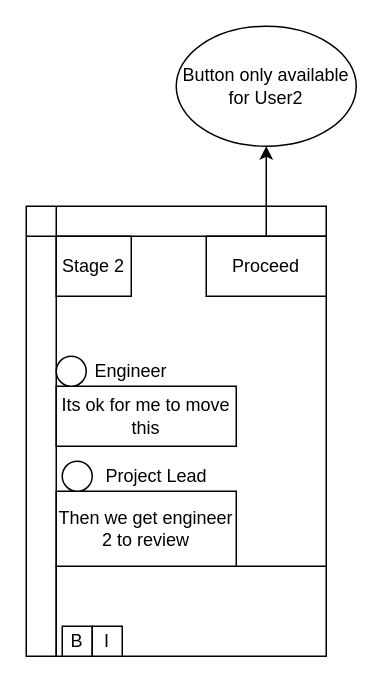
Above: Untitled Diagram.drawio in hagenek/badstu (draw.io), before the change. Source tidied: cells renumbered, new cells numbered last; positions are measured from the earlier drawing's top-left corner, leaving out a move shared by most shapes. Both pictures are drawn from the tidied source at 150%, with x=0, y=0 at pixel (26, 26).
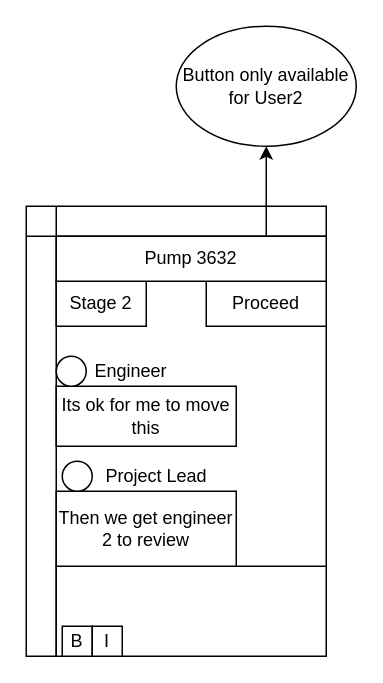
After the change.

The edit, as a diff of the source:
```diff
@@
 <mxGraphModel>
   <root>
     <mxCell id="0" />
     <mxCell id="1" parent="0" />
     <mxCell id="2" style="shape=internalStorage;whiteSpace=wrap;html=1;backgroundOutline=1;" parent="1" vertex="1">
       <mxGeometry y="120" width="200" height="300" as="geometry" />
     </mxCell>
     <mxCell id="3" value="Stage 2" style="rounded=0;whiteSpace=wrap;html=1;" parent="1" vertex="1">
-      <mxGeometry x="20" y="140" width="50" height="40" as="geometry" />
+      <mxGeometry x="20" y="170" width="60" height="30" as="geometry" />
     </mxCell>
     <mxCell id="4" style="edgeStyle=orthogonalEdgeStyle;rounded=0;jettySize=auto;html=1;" parent="1" edge="1" source="5" target="15">
       <mxGeometry relative="1" as="geometry" />
     </mxCell>
     <mxCell id="5" value="Proceed" style="rounded=0;whiteSpace=wrap;html=1;" parent="1" vertex="1">
-      <mxGeometry x="120" y="140" width="80" height="40" as="geometry" />
+      <mxGeometry x="120" y="170" width="80" height="30" as="geometry" />
     </mxCell>
     <mxCell id="6" style="rounded=0;whiteSpace=wrap;html=1;" parent="1" vertex="1">
       <mxGeometry x="20" y="360" width="180" height="60" as="geometry" />
     </mxCell>
     <mxCell id="7" value="B" style="rounded=0;whiteSpace=wrap;html=1;" parent="1" vertex="1">
       <mxGeometry x="24" y="400" width="20" height="20" as="geometry" />
     </mxCell>
     <mxCell id="8" value="I" style="rounded=0;whiteSpace=wrap;html=1;" parent="1" vertex="1">
       <mxGeometry x="44" y="400" width="20" height="20" as="geometry" />
     </mxCell>
     <mxCell id="9" value="Its ok for me to move this" style="rounded=0;whiteSpace=wrap;html=1;" parent="1" vertex="1">
       <mxGeometry x="20" y="240" width="120" height="40" as="geometry" />
     </mxCell>
     <mxCell id="10" style="ellipse;whiteSpace=wrap;html=1;" parent="1" vertex="1">
       <mxGeometry x="20" y="220" width="20" height="20" as="geometry" />
     </mxCell>
     <mxCell id="11" value="Engineer" style="text;html=1;strokeColor=none;fillColor=none;align=center;verticalAlign=middle;whiteSpace=wrap;rounded=0;" parent="1" vertex="1">
       <mxGeometry x="50" y="220" width="40" height="20" as="geometry" />
     </mxCell>
     <mxCell id="12" value="Then we get engineer 2 to review" style="rounded=0;whiteSpace=wrap;html=1;" parent="1" vertex="1">
       <mxGeometry x="20" y="310" width="120" height="50" as="geometry" />
     </mxCell>
     <mxCell id="13" style="ellipse;whiteSpace=wrap;html=1;" parent="1" vertex="1">
       <mxGeometry x="24" y="290" width="20" height="20" as="geometry" />
     </mxCell>
     <mxCell id="14" value="Project Lead" style="text;html=1;strokeColor=none;fillColor=none;align=center;verticalAlign=middle;whiteSpace=wrap;rounded=0;" parent="1" vertex="1">
       <mxGeometry x="44" y="290" width="86" height="20" as="geometry" />
     </mxCell>
     <mxCell id="15" value="Button only available&lt;br&gt;for User2" style="ellipse;whiteSpace=wrap;html=1;rounded=0;" parent="1" vertex="1">
       <mxGeometry x="100" width="120" height="80" as="geometry" />
     </mxCell>
+    <mxCell id="16" value="Pump 3632" style="rounded=0;whiteSpace=wrap;html=1;" parent="1" vertex="1">
+      <mxGeometry x="20" y="140" width="180" height="30" as="geometry" />
+    </mxCell>
   </root>
 </mxGraphModel>
```
